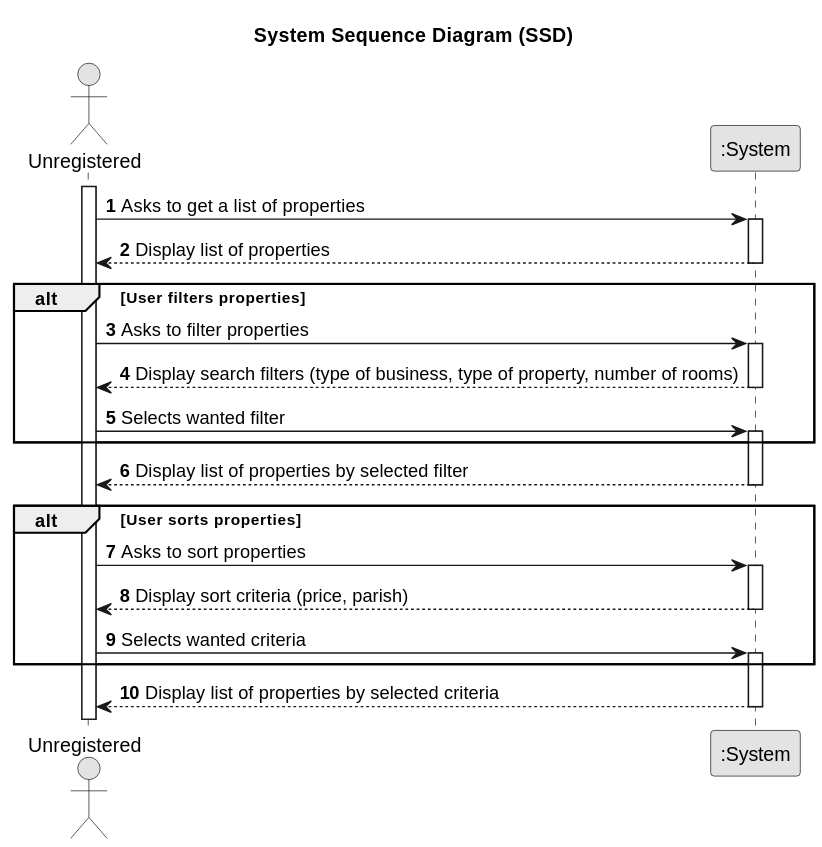
hugosilva2901/lei-22-s2-1DO-g68 keeps this PlantUML diagram as lei-22-s2-1do-g68/docs/sprintA/us001/01.requirements-engineering/svg/us001-SequenceDiagram-System_Sequence_Diagram__SSD_.svg. Above is the earlier version.
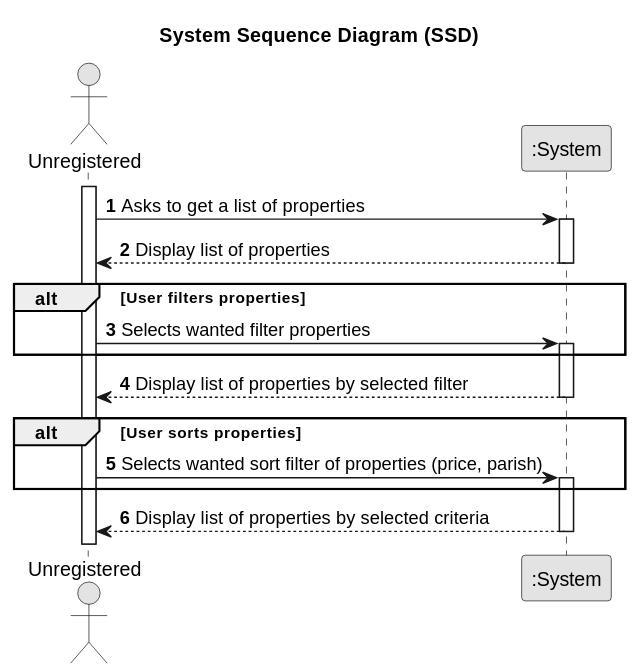
After the change.

Diff of the diagram source:
```diff
@@ -18,27 +18,18 @@
     deactivate System
 
     alt User filters properties
-        User -> System : Asks to filter properties
+        User -> System : Selects wanted filter properties
         activate System
 
-            System --> User : Display search filters (type of business, type of property, number of rooms)
-        deactivate System
-        User -> System : Selects wanted filter
-            activate System
     end
                 System --> User : Display list of properties by selected filter
             deactivate System
 
     alt User sorts properties
-        User -> System : Asks to sort properties
+        User -> System : Selects wanted sort filter of properties (price, parish)
         activate System
 
-            System --> User : Display sort criteria (price, parish)
-        deactivate System
-        User -> System : Selects wanted criteria
-          activate System
     end
     System --> User : Display list of properties by selected criteria
                 deactivate System
-
 @enduml
```
